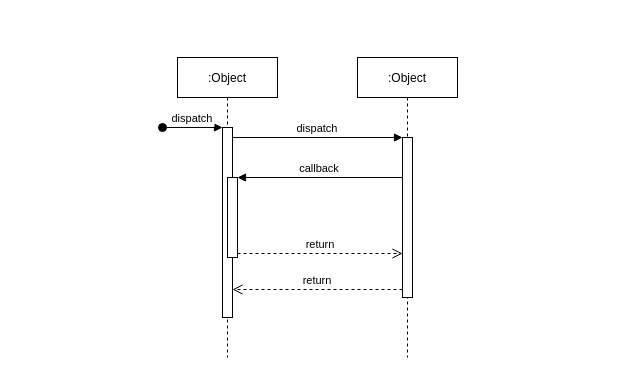
Earlier version of the draw.io diagram New_Customer.drawio (ilokos/NCIM). Source tidied: cells renumbered, new cells numbered last; positions are measured from the earlier drawing's top-left corner, leaving out a move shared by most shapes. Both pictures are drawn from the tidied source at 100%, with x=0, y=0 at pixel (162, 57).
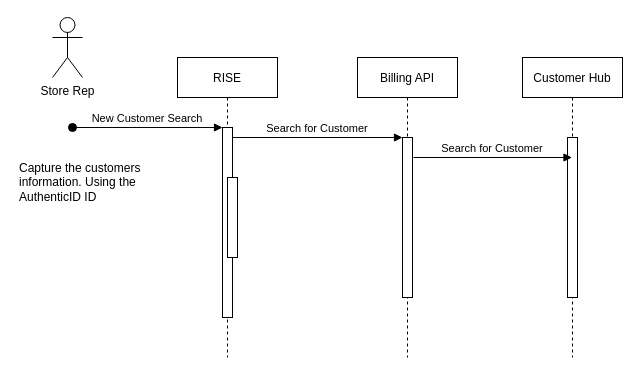
The same diagram, later.

Change to the diagram source:
```diff
@@
 <mxGraphModel>
   <root>
     <mxCell id="0" />
     <mxCell id="1" parent="0" />
-    <mxCell id="2" value=":Object" style="shape=umlLifeline;perimeter=lifelinePerimeter;rounded=0;shadow=0;strokeWidth=1;" parent="1" vertex="1">
+    <mxCell id="2" value="RISE" style="shape=umlLifeline;perimeter=lifelinePerimeter;rounded=0;shadow=0;strokeWidth=1;" parent="1" vertex="1">
       <mxGeometry x="15" width="100" height="300" as="geometry" />
     </mxCell>
     <mxCell id="3" style="points=[];perimeter=orthogonalPerimeter;rounded=0;shadow=0;strokeWidth=1;" parent="2" vertex="1">
       <mxGeometry x="45" y="70" width="10" height="190" as="geometry" />
     </mxCell>
-    <mxCell id="4" value="dispatch" style="verticalAlign=bottom;startArrow=oval;endArrow=block;startSize=8;shadow=0;strokeWidth=1;" parent="2" edge="1" target="3">
+    <mxCell id="4" value="New Customer Search" style="verticalAlign=bottom;startArrow=oval;endArrow=block;startSize=8;shadow=0;strokeWidth=1;" parent="2" edge="1" target="3">
       <mxGeometry relative="1" as="geometry">
-        <mxPoint x="-15" y="70" as="sourcePoint" />
+        <mxPoint x="-105" y="70" as="sourcePoint" />
       </mxGeometry>
     </mxCell>
     <mxCell id="5" style="points=[];perimeter=orthogonalPerimeter;rounded=0;shadow=0;strokeWidth=1;" parent="2" vertex="1">
       <mxGeometry x="50" y="120" width="10" height="80" as="geometry" />
     </mxCell>
-    <mxCell id="6" value=":Object" style="shape=umlLifeline;perimeter=lifelinePerimeter;rounded=0;shadow=0;strokeWidth=1;" parent="1" vertex="1">
+    <mxCell id="6" value="Billing API" style="shape=umlLifeline;perimeter=lifelinePerimeter;rounded=0;shadow=0;strokeWidth=1;" parent="1" vertex="1">
       <mxGeometry x="195" width="100" height="300" as="geometry" />
     </mxCell>
     <mxCell id="7" style="points=[];perimeter=orthogonalPerimeter;rounded=0;shadow=0;strokeWidth=1;" parent="6" vertex="1">
       <mxGeometry x="45" y="80" width="10" height="160" as="geometry" />
     </mxCell>
-    <mxCell id="8" value="return" style="verticalAlign=bottom;endArrow=open;dashed=1;endSize=8;exitX=0;exitY=0.95;shadow=0;strokeWidth=1;" parent="1" edge="1" source="7" target="3">
-      <mxGeometry relative="1" as="geometry" />
-    </mxCell>
-    <mxCell id="9" value="dispatch" style="verticalAlign=bottom;endArrow=block;entryX=0;entryY=0;shadow=0;strokeWidth=1;" parent="1" edge="1" source="3" target="7">
+    <mxCell id="9" value="Search for Customer" style="verticalAlign=bottom;endArrow=block;entryX=0;entryY=0;shadow=0;strokeWidth=1;" parent="1" edge="1" source="3" target="7">
       <mxGeometry relative="1" as="geometry" />
     </mxCell>
-    <mxCell id="10" value="callback" style="verticalAlign=bottom;endArrow=block;entryX=1;entryY=0;shadow=0;strokeWidth=1;" parent="1" edge="1" source="7" target="5">
-      <mxGeometry relative="1" as="geometry" />
-    </mxCell>
-    <mxCell id="11" value="return" style="verticalAlign=bottom;endArrow=open;dashed=1;endSize=8;exitX=1;exitY=0.95;shadow=0;strokeWidth=1;" parent="1" edge="1" source="5" target="7">
-      <mxGeometry relative="1" as="geometry" />
-    </mxCell>
+    <mxCell id="12" value="Store Rep" style="shape=umlActor;verticalLabelPosition=bottom;verticalAlign=top;html=1;" parent="1" vertex="1">
+      <mxGeometry x="-110" y="-40" width="30" height="60" as="geometry" />
+    </mxCell>
+    <mxCell id="13" value="Customer Hub" style="shape=umlLifeline;perimeter=lifelinePerimeter;rounded=0;shadow=0;strokeWidth=1;" parent="1" vertex="1">
+      <mxGeometry x="360" width="100" height="300" as="geometry" />
+    </mxCell>
+    <mxCell id="14" style="perimeter=orthogonalPerimeter;rounded=0;shadow=0;strokeWidth=1;" parent="13" vertex="1">
+      <mxGeometry x="45" y="80" width="10" height="160" as="geometry" />
+    </mxCell>
+    <mxCell id="15" value="Search for Customer" style="verticalAlign=bottom;endArrow=block;shadow=0;strokeWidth=1;exitX=1.1;exitY=0.125;exitDx=0;exitDy=0;exitPerimeter=0;" parent="1" edge="1" source="7" target="13">
+      <mxGeometry relative="1" as="geometry" />
+    </mxCell>
+    <mxCell id="16" value="Capture the customers information. Using the AuthenticID ID" style="text;html=1;strokeColor=none;fillColor=none;align=left;verticalAlign=middle;whiteSpace=wrap;rounded=0;" parent="1" vertex="1">
+      <mxGeometry x="-145" y="100" width="160" height="50" as="geometry" />
+    </mxCell>
   </root>
 </mxGraphModel>
```
